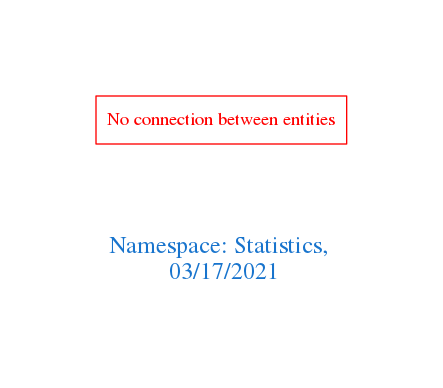
The Graphviz diagram downloads/Statistics.png in arago/OGIT, before a commit. Its source is kept beside it as downloads/Statistics.dot.
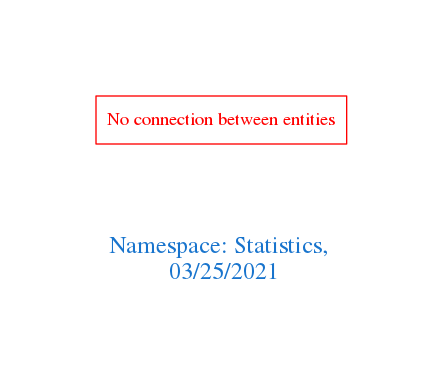
Above is the later version.

The edit, as a diff of the source:
```diff
@@ -1,7 +1,7 @@
 digraph OGIT_ontology {
  graph [ rankdir= LR,pad=1
 fontsize = 18,
-fontcolor= dodgerblue3,label = "\n\n\nNamespace: Statistics, \n 03/17/2021"];
+fontcolor= dodgerblue3,label = "\n\n\nNamespace: Statistics, \n 03/25/2021"];
 node[shape=polygon];
 edge [  color="gray81"];
 
```
